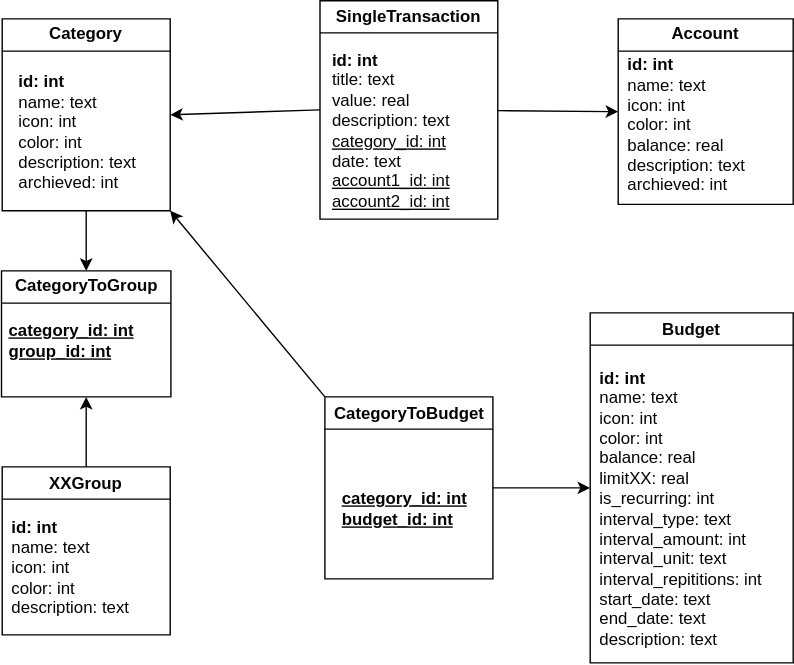
Before: docs/dbv2.drawio.svg, a diagram exported from draw.io (budgetiser/budgetiser). Source tidied: cells renumbered, new cells last; positions are measured from the earlier drawing's top-left corner, leaving out a move shared by most shapes.
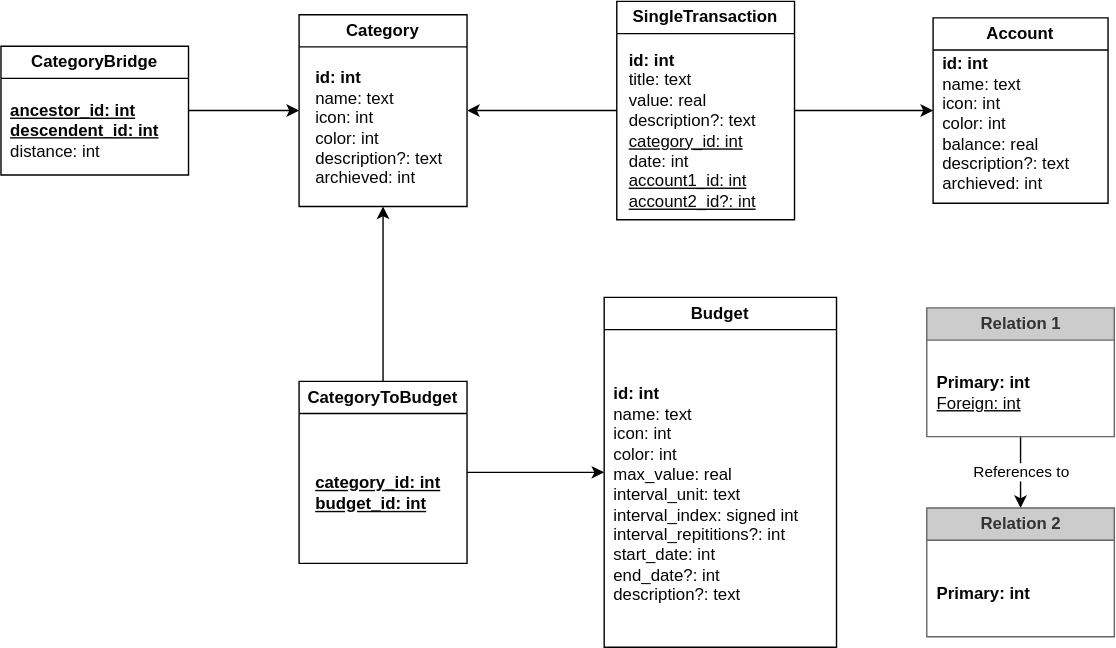
After the commit.

What changed in the source:
```diff
@@ -6,61 +6,67 @@
       <mxGeometry relative="1" as="geometry" />
     </mxCell>
     <mxCell id="3" value="SingleTransaction" style="swimlane;whiteSpace=wrap;html=1;rounded=0;fillStyle=auto;gradientColor=none;shadow=0;glass=0;strokeColor=#000000;fontColor=#050505;labelBackgroundColor=none;fillColor=none;" parent="1" vertex="1">
-      <mxGeometry x="227" width="127" height="156" as="geometry" />
+      <mxGeometry x="227" y="3.5" width="127" height="156" as="geometry" />
     </mxCell>
-    <mxCell id="4" value="&lt;b&gt;id: int&lt;br&gt;&lt;/b&gt;title: text&lt;br&gt;value: real&lt;br&gt;description: text&lt;br&gt;&lt;u&gt;category_id: int&lt;br&gt;&lt;/u&gt;date: text&lt;br&gt;&lt;u style=&quot;&quot;&gt;account1_id: int&lt;br&gt;account2_id: int&lt;/u&gt;" style="text;html=1;align=left;verticalAlign=middle;strokeColor=none;fillColor=none;rounded=0;fontColor=#050505;labelBackgroundColor=none;" parent="3" vertex="1">
-      <mxGeometry x="7" y="29" width="102" height="127" as="geometry" />
+    <mxCell id="4" value="&lt;b&gt;id: int&lt;br&gt;&lt;/b&gt;title: text&lt;br&gt;value: real&lt;br&gt;description?: text&lt;br&gt;&lt;u&gt;category_id: int&lt;br&gt;&lt;/u&gt;date: int&lt;br&gt;&lt;u style=&quot;&quot;&gt;account1_id: int&lt;br&gt;account2_id?: int&lt;/u&gt;" style="text;html=1;align=left;verticalAlign=middle;strokeColor=none;fillColor=none;rounded=0;fontColor=#050505;labelBackgroundColor=none;" parent="3" vertex="1">
+      <mxGeometry x="7" y="29" width="109" height="127" as="geometry" />
     </mxCell>
     <mxCell id="5" value="Account" style="swimlane;whiteSpace=wrap;html=1;rounded=0;strokeColor=#000000;fontColor=#050505;labelBackgroundColor=none;fillColor=none;" parent="1" vertex="1">
-      <mxGeometry x="440" y="13" width="125" height="132.5" as="geometry" />
+      <mxGeometry x="453" y="15.2" width="125" height="132.5" as="geometry" />
     </mxCell>
-    <mxCell id="6" value="&lt;b&gt;id: int&lt;br&gt;&lt;/b&gt;name: text&lt;br&gt;icon: int&lt;br&gt;color: int&lt;br&gt;balance: real&lt;br&gt;description: text&lt;br&gt;archieved: int" style="text;html=1;align=left;verticalAlign=middle;strokeColor=none;fillColor=none;rounded=0;fontColor=#050505;labelBackgroundColor=none;" parent="5" vertex="1">
-      <mxGeometry x="5" y="19.5" width="102" height="113" as="geometry" />
+    <mxCell id="6" value="&lt;b&gt;id: int&lt;br&gt;&lt;/b&gt;name: text&lt;br&gt;icon: int&lt;br&gt;color: int&lt;br&gt;balance: real&lt;br&gt;description?: text&lt;br&gt;archieved: int" style="text;html=1;align=left;verticalAlign=middle;strokeColor=none;fillColor=none;rounded=0;fontColor=#050505;labelBackgroundColor=none;" parent="5" vertex="1">
+      <mxGeometry x="5" y="19.5" width="109" height="113" as="geometry" />
     </mxCell>
-    <mxCell id="7" style="edgeStyle=none;html=1;entryX=0.5;entryY=0;entryDx=0;entryDy=0;rounded=0;strokeColor=#000000;fontColor=#050505;labelBackgroundColor=none;" parent="1" edge="1" source="8" target="19">
-      <mxGeometry relative="1" as="geometry" />
-    </mxCell>
     <mxCell id="8" value="Category" style="swimlane;whiteSpace=wrap;html=1;rounded=0;strokeColor=#000000;fontColor=#050505;labelBackgroundColor=none;fillColor=none;" parent="1" vertex="1">
       <mxGeometry y="13" width="120" height="137" as="geometry" />
     </mxCell>
-    <mxCell id="9" value="&lt;b&gt;id: int&lt;br&gt;&lt;/b&gt;name: text&lt;br&gt;icon: int&lt;br&gt;color: int&lt;br&gt;description: text&lt;br&gt;archieved: int" style="text;html=1;align=left;verticalAlign=middle;strokeColor=none;fillColor=none;rounded=0;fontColor=#050505;labelBackgroundColor=none;" parent="8" vertex="1">
-      <mxGeometry x="10" y="32" width="102" height="98" as="geometry" />
+    <mxCell id="9" value="&lt;b&gt;id: int&lt;br&gt;&lt;/b&gt;name: text&lt;br&gt;icon: int&lt;br&gt;color: int&lt;br&gt;description?: text&lt;br&gt;archieved: int" style="text;html=1;align=left;verticalAlign=middle;strokeColor=none;fillColor=none;rounded=0;fontColor=#050505;labelBackgroundColor=none;" parent="8" vertex="1">
+      <mxGeometry x="10" y="32" width="109" height="98" as="geometry" />
     </mxCell>
-    <mxCell id="10" style="edgeStyle=none;html=1;entryX=0.5;entryY=1;entryDx=0;entryDy=0;rounded=0;strokeColor=#000000;fontColor=#050505;labelBackgroundColor=none;" parent="1" edge="1" source="11" target="19">
-      <mxGeometry relative="1" as="geometry" />
-    </mxCell>
-    <mxCell id="11" value="XXGroup" style="swimlane;whiteSpace=wrap;html=1;rounded=0;strokeColor=#000000;fontColor=#050505;labelBackgroundColor=none;fillColor=none;" parent="1" vertex="1">
-      <mxGeometry y="333" width="120" height="120" as="geometry" />
-    </mxCell>
-    <mxCell id="12" value="&lt;b&gt;id: int&lt;br&gt;&lt;/b&gt;name: text&lt;br&gt;icon: int&lt;br&gt;color: int&lt;br&gt;description: text" style="text;html=1;align=left;verticalAlign=middle;strokeColor=none;fillColor=none;rounded=0;fontColor=#050505;labelBackgroundColor=none;" parent="11" vertex="1">
-      <mxGeometry x="5" y="27" width="110" height="90" as="geometry" />
-    </mxCell>
     <mxCell id="13" value="Budget" style="swimlane;whiteSpace=wrap;html=1;rounded=0;labelBackgroundColor=none;labelBorderColor=none;gradientColor=none;fillColor=none;strokeColor=#000000;fontColor=#050505;" parent="1" vertex="1">
-      <mxGeometry x="420" y="223" width="145" height="250" as="geometry" />
+      <mxGeometry x="218" y="215" width="166" height="250" as="geometry" />
     </mxCell>
-    <mxCell id="14" value="&lt;b&gt;id: int&lt;br&gt;&lt;/b&gt;name: text&lt;br&gt;icon: int&lt;br&gt;color: int&lt;br&gt;balance: real&lt;br&gt;limitXX: real&lt;br&gt;is_recurring: int&lt;br&gt;interval_type: text&lt;br&gt;interval_amount: int&lt;br&gt;interval_unit: text&lt;br&gt;interval_repititions: int&lt;br&gt;start_date: text&lt;br&gt;end_date: text&lt;br&gt;description: text" style="text;html=1;align=left;verticalAlign=middle;strokeColor=none;fillColor=none;rounded=0;fontColor=#050505;labelBackgroundColor=none;" parent="13" vertex="1">
-      <mxGeometry x="5" y="30" width="140" height="220" as="geometry" />
+    <mxCell id="14" value="&lt;b&gt;id: int&lt;br&gt;&lt;/b&gt;name: text&lt;br&gt;icon: int&lt;br&gt;color: int&lt;br&gt;max_value: real&lt;br&gt;interval_unit: text&lt;br&gt;interval_index: signed int&lt;br&gt;interval_repititions?: int&lt;br&gt;start_date: int&lt;br&gt;end_date?: int&amp;nbsp;&lt;br&gt;description?: text" style="text;html=1;align=left;verticalAlign=middle;strokeColor=none;fillColor=none;rounded=0;fontColor=#050505;labelBackgroundColor=none;" parent="13" vertex="1">
+      <mxGeometry x="5" y="56" width="150" height="170" as="geometry" />
     </mxCell>
-    <mxCell id="15" style="edgeStyle=none;html=1;entryX=1;entryY=1;entryDx=0;entryDy=0;rounded=0;strokeColor=#000000;fontColor=#050505;labelBackgroundColor=none;exitX=0;exitY=0;exitDx=0;exitDy=0;" parent="1" edge="1" source="17" target="8">
+    <mxCell id="15" style="edgeStyle=none;html=1;entryX=0.5;entryY=1;entryDx=0;entryDy=0;rounded=0;strokeColor=#000000;fontColor=#050505;labelBackgroundColor=none;exitX=0.5;exitY=0;exitDx=0;exitDy=0;" parent="1" edge="1" source="17" target="8">
       <mxGeometry relative="1" as="geometry" />
     </mxCell>
     <mxCell id="16" style="edgeStyle=none;html=1;entryX=0;entryY=0.5;entryDx=0;entryDy=0;rounded=0;strokeColor=#000000;fontColor=#050505;labelBackgroundColor=none;" parent="1" edge="1" source="17" target="13">
       <mxGeometry relative="1" as="geometry" />
     </mxCell>
     <mxCell id="17" value="CategoryToBudget" style="swimlane;whiteSpace=wrap;html=1;rounded=0;strokeColor=#000000;fontColor=#050505;labelBackgroundColor=none;fillColor=none;" parent="1" vertex="1">
-      <mxGeometry x="230.5" y="283" width="120" height="130" as="geometry" />
+      <mxGeometry y="275" width="120" height="130" as="geometry" />
     </mxCell>
     <mxCell id="18" value="&lt;b&gt;&lt;u&gt;category_id: int&lt;br&gt;budget_id: int&lt;/u&gt;&lt;/b&gt;" style="text;html=1;align=left;verticalAlign=middle;strokeColor=none;fillColor=none;rounded=0;fontColor=#050505;labelBackgroundColor=none;" parent="17" vertex="1">
       <mxGeometry x="10" y="60" width="110" height="40" as="geometry" />
     </mxCell>
-    <mxCell id="19" value="CategoryToGroup" style="swimlane;whiteSpace=wrap;html=1;rounded=0;strokeColor=#000000;fontColor=#050505;labelBackgroundColor=none;fillColor=none;" parent="1" vertex="1">
-      <mxGeometry x="-0.5" y="193" width="121" height="90" as="geometry" />
-    </mxCell>
-    <mxCell id="20" value="&lt;b&gt;&lt;u&gt;category_id: int&lt;br&gt;group_id: int&lt;/u&gt;&lt;/b&gt;" style="text;html=1;align=left;verticalAlign=middle;strokeColor=none;fillColor=none;rounded=0;fontColor=#050505;labelBackgroundColor=none;" parent="19" vertex="1">
-      <mxGeometry x="3.5" y="30" width="110" height="40" as="geometry" />
-    </mxCell>
     <mxCell id="21" style="edgeStyle=none;html=1;entryX=1;entryY=0.5;entryDx=0;entryDy=0;exitX=0;exitY=0.5;exitDx=0;exitDy=0;rounded=0;strokeColor=#000000;fontColor=#050505;labelBackgroundColor=none;" parent="1" edge="1" source="3" target="8">
       <mxGeometry relative="1" as="geometry" />
     </mxCell>
+    <mxCell id="22" value="CategoryBridge" style="swimlane;whiteSpace=wrap;html=1;rounded=0;strokeColor=#000000;fontColor=#050505;labelBackgroundColor=none;fillColor=none;" parent="1" vertex="1">
+      <mxGeometry x="-213" y="35.5" width="134" height="92" as="geometry" />
+    </mxCell>
+    <mxCell id="23" value="&lt;u&gt;&lt;b&gt;ancestor_id: int&lt;/b&gt;&lt;br&gt;&lt;b&gt;descendent_id: int&lt;/b&gt;&lt;br&gt;&lt;/u&gt;distance: int" style="text;html=1;align=left;verticalAlign=middle;strokeColor=none;fillColor=none;rounded=0;fontColor=#050505;labelBackgroundColor=none;" parent="22" vertex="1">
+      <mxGeometry x="5" y="33" width="124" height="55" as="geometry" />
+    </mxCell>
+    <mxCell id="24" style="edgeStyle=none;html=1;entryX=0;entryY=0.5;entryDx=0;entryDy=0;exitX=1;exitY=0.5;exitDx=0;exitDy=0;" parent="1" edge="1" source="22" target="8">
+      <mxGeometry relative="1" as="geometry" />
+    </mxCell>
+    <mxCell id="25" value="References to" style="edgeStyle=none;html=1;entryX=0.5;entryY=0;entryDx=0;entryDy=0;fillColor=#CCCCCC;" parent="1" edge="1" source="26" target="28">
+      <mxGeometry x="0.01" relative="1" as="geometry" />
+    </mxCell>
+    <mxCell id="26" value="Relation 1" style="swimlane;whiteSpace=wrap;html=1;rounded=0;strokeColor=#666666;fontColor=#333333;labelBackgroundColor=none;fillColor=#CCCCCC;gradientColor=none;" parent="1" vertex="1">
+      <mxGeometry x="448.5" y="222.5" width="134" height="92" as="geometry" />
+    </mxCell>
+    <mxCell id="27" value="&lt;b style=&quot;&quot;&gt;Primary: int&lt;/b&gt;&lt;br&gt;&lt;u&gt;Foreign: int&lt;/u&gt;" style="text;html=1;align=left;verticalAlign=middle;strokeColor=none;fillColor=none;rounded=0;fontColor=#050505;labelBackgroundColor=none;" parent="26" vertex="1">
+      <mxGeometry x="5" y="40" width="85" height="41" as="geometry" />
+    </mxCell>
+    <mxCell id="28" value="Relation 2" style="swimlane;whiteSpace=wrap;html=1;rounded=0;strokeColor=#666666;fontColor=#333333;labelBackgroundColor=none;fillColor=#CCCCCC;gradientColor=none;" parent="1" vertex="1">
+      <mxGeometry x="448.5" y="365.5" width="134" height="92" as="geometry" />
+    </mxCell>
+    <mxCell id="29" value="&lt;b style=&quot;&quot;&gt;Primary: int&lt;/b&gt;&lt;br&gt;" style="text;html=1;align=left;verticalAlign=middle;strokeColor=none;fillColor=none;rounded=0;fontColor=#050505;labelBackgroundColor=none;" parent="28" vertex="1">
+      <mxGeometry x="5" y="48" width="85" height="26" as="geometry" />
+    </mxCell>
   </root>
 </mxGraphModel>
```
